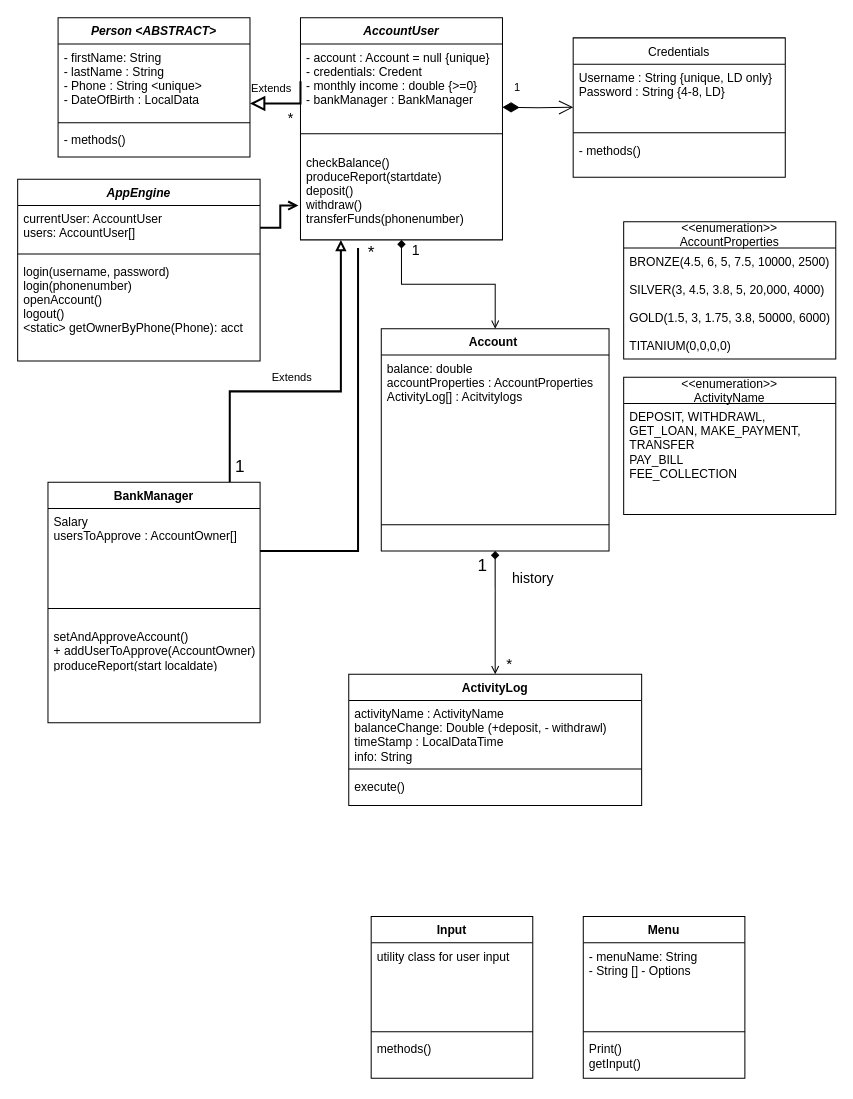
Before: Documents/BankingProjectUML.drawio in amirshac/BankingProject, a draw.io diagram. Source tidied: cells renumbered, new cells numbered last; positions are measured from the earlier drawing's top-left corner, leaving out a move shared by most shapes. Both pictures are drawn from the tidied source at 101%, with x=0, y=0 at pixel (17, 17).
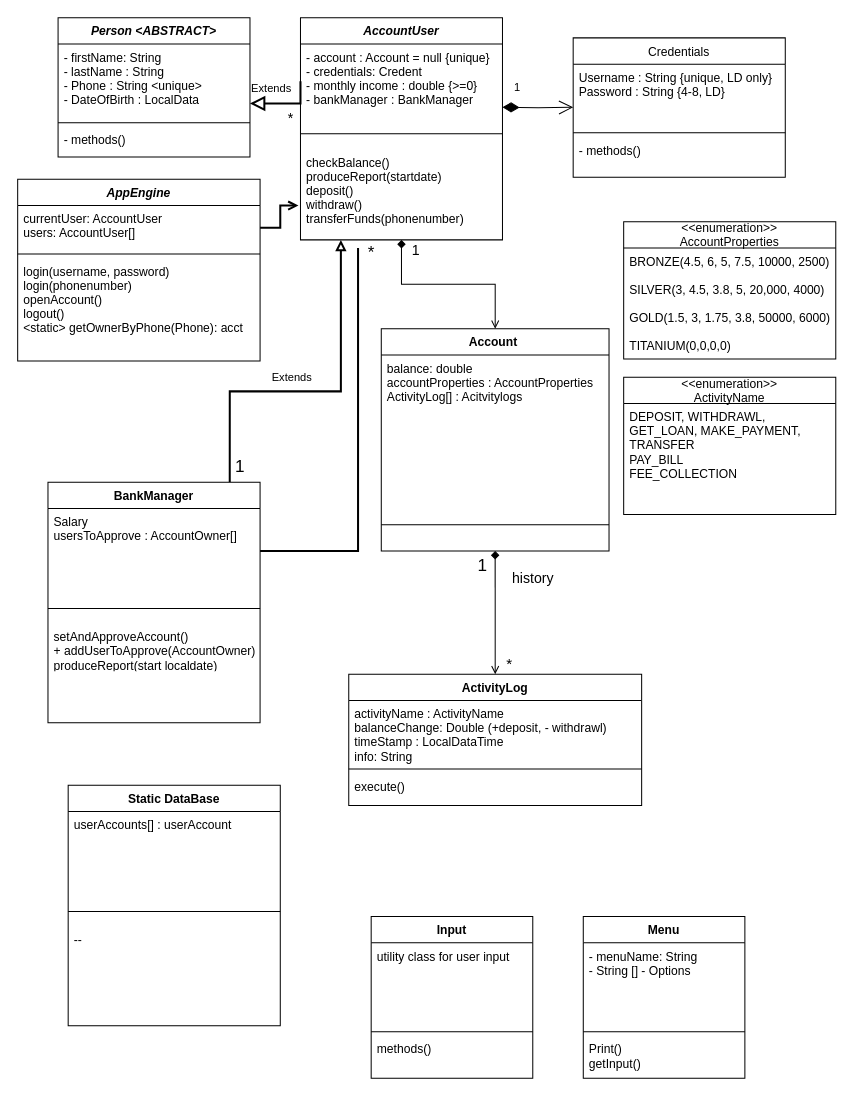
Above is the later version.

Change to the diagram source:
```diff
@@
+    <mxCell id="57" value="Static DataBase" style="swimlane;fontStyle=1;align=center;verticalAlign=top;horizontal=1;startSize=26;rounded=0;shadow=0;strokeWidth=1;" parent="1" vertex="1">
+      <mxGeometry x="50" y="760" width="210" height="238" as="geometry" />
+    </mxCell>
+    <mxCell id="58" value="userAccounts[] : userAccount&#10;" style="text;align=left;verticalAlign=top;spacingLeft=4;spacingRight=4;overflow=hidden;rounded=0;shadow=0;html=0;" parent="57" vertex="1">
+      <mxGeometry y="26" width="210" height="84" as="geometry" />
+    </mxCell>
+    <mxCell id="59" style="line;html=1;strokeWidth=1;align=left;verticalAlign=middle;spacingTop=-1;spacingLeft=3;spacingRight=3;labelPosition=right;" parent="57" vertex="1">
+      <mxGeometry y="110" width="210" height="30" as="geometry" />
+    </mxCell>
+    <mxCell id="60" value="--" style="text;align=left;verticalAlign=top;spacingLeft=4;spacingRight=4;overflow=hidden;" parent="57" vertex="1">
+      <mxGeometry y="140" width="210" height="42" as="geometry" />
+    </mxCell>
```
